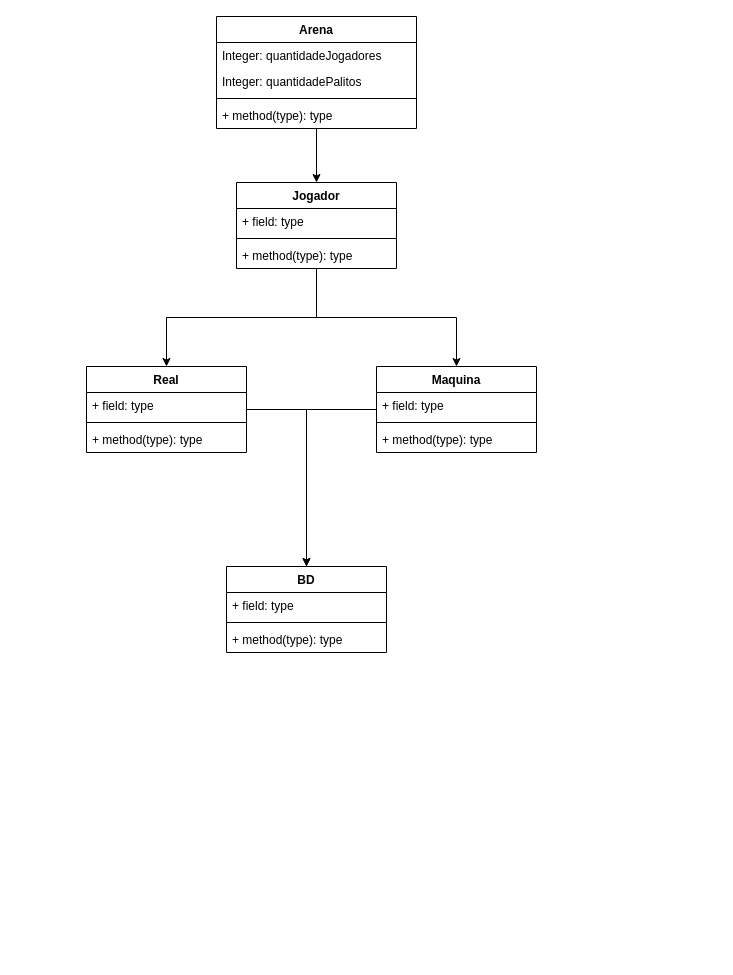
The draw.io diagram Untitled Diagram.drawio in lrochawl/cursoemvideo-html5, before the edit. Source tidied: cells renumbered, new cells numbered last; positions are measured from the earlier drawing's top-left corner, leaving out a move shared by most shapes. Both pictures are drawn from the tidied source at 100%, with x=0, y=0 at pixel (86, 16).
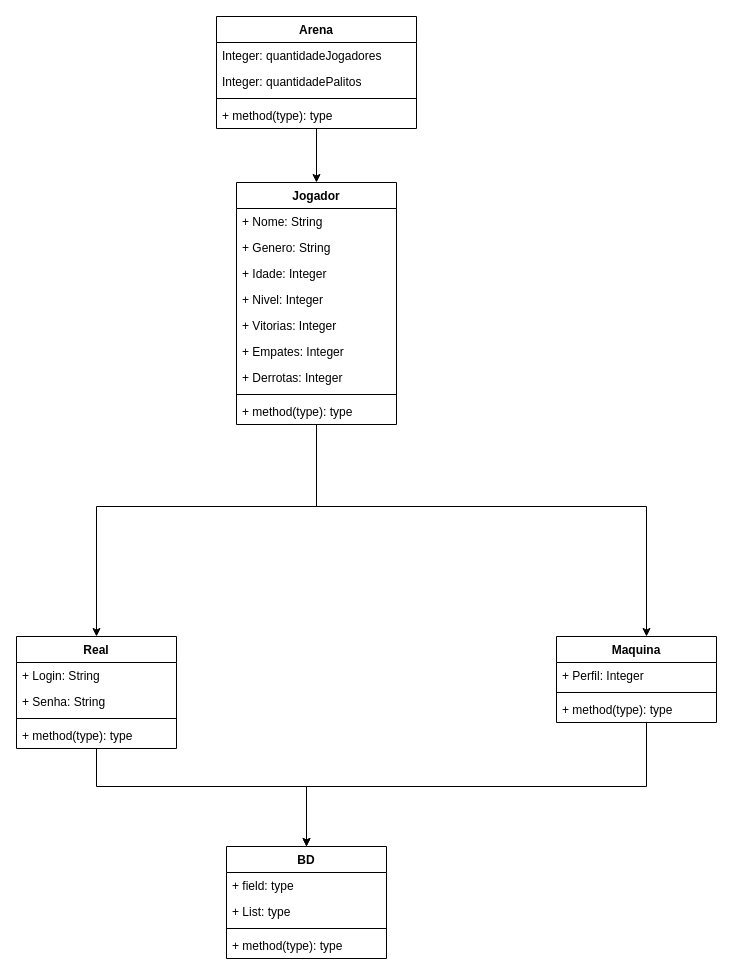
Above is the later version.

Commit message:
Diagrama UML jogo dos palitinhos

Diff of the diagram source:
```diff
@@
     <mxCell id="8" style="edgeStyle=orthogonalEdgeStyle;rounded=0;jettySize=auto;html=1;" parent="1" edge="1" source="10" target="15">
-      <mxGeometry relative="1" as="geometry" />
+      <mxGeometry relative="1" as="geometry">
+        <Array as="points">
+          <mxPoint x="230" y="490" />
+          <mxPoint x="10" y="490" />
+        </Array>
+      </mxGeometry>
     </mxCell>
     <mxCell id="9" style="edgeStyle=orthogonalEdgeStyle;rounded=0;jettySize=auto;html=1;" parent="1" edge="1" source="10" target="20">
-      <mxGeometry relative="1" as="geometry" />
+      <mxGeometry relative="1" as="geometry">
+        <Array as="points">
+          <mxPoint x="230" y="490" />
+          <mxPoint x="560" y="490" />
+        </Array>
+      </mxGeometry>
     </mxCell>
     <mxCell id="10" value="Jogador" style="swimlane;fontStyle=1;align=center;verticalAlign=top;horizontal=1;startSize=26;" parent="1" vertex="1">
-      <mxGeometry x="150" y="166" width="160" height="86" as="geometry" />
+      <mxGeometry x="150" y="166" width="160" height="242" as="geometry" />
     </mxCell>
-    <mxCell id="11" value="+ field: type" style="text;strokeColor=none;fillColor=none;align=left;verticalAlign=top;spacingLeft=4;spacingRight=4;overflow=hidden;" parent="10" vertex="1">
+    <mxCell id="11" value="+ Nome: String" style="text;strokeColor=none;fillColor=none;align=left;verticalAlign=top;spacingLeft=4;spacingRight=4;overflow=hidden;" parent="10" vertex="1">
       <mxGeometry y="26" width="160" height="26" as="geometry" />
     </mxCell>
+    <mxCell id="28" value="+ Genero: String" style="text;strokeColor=none;fillColor=none;align=left;verticalAlign=top;spacingLeft=4;spacingRight=4;overflow=hidden;" parent="10" vertex="1">
+      <mxGeometry y="52" width="160" height="26" as="geometry" />
+    </mxCell>
+    <mxCell id="29" value="+ Idade: Integer" style="text;strokeColor=none;fillColor=none;align=left;verticalAlign=top;spacingLeft=4;spacingRight=4;overflow=hidden;" parent="10" vertex="1">
+      <mxGeometry y="78" width="160" height="26" as="geometry" />
+    </mxCell>
+    <mxCell id="30" value="+ Nivel: Integer" style="text;strokeColor=none;fillColor=none;align=left;verticalAlign=top;spacingLeft=4;spacingRight=4;overflow=hidden;" parent="10" vertex="1">
+      <mxGeometry y="104" width="160" height="26" as="geometry" />
+    </mxCell>
+    <mxCell id="31" value="+ Vitorias: Integer" style="text;strokeColor=none;fillColor=none;align=left;verticalAlign=top;spacingLeft=4;spacingRight=4;overflow=hidden;" parent="10" vertex="1">
+      <mxGeometry y="130" width="160" height="26" as="geometry" />
+    </mxCell>
+    <mxCell id="32" value="+ Empates: Integer" style="text;strokeColor=none;fillColor=none;align=left;verticalAlign=top;spacingLeft=4;spacingRight=4;overflow=hidden;" parent="10" vertex="1">
+      <mxGeometry y="156" width="160" height="26" as="geometry" />
+    </mxCell>
+    <mxCell id="33" value="+ Derrotas: Integer" style="text;strokeColor=none;fillColor=none;align=left;verticalAlign=top;spacingLeft=4;spacingRight=4;overflow=hidden;" parent="10" vertex="1">
+      <mxGeometry y="182" width="160" height="26" as="geometry" />
+    </mxCell>
     <mxCell id="12" style="line;strokeWidth=1;fillColor=none;align=left;verticalAlign=middle;spacingTop=-1;spacingLeft=3;spacingRight=3;labelPosition=right;" parent="10" vertex="1">
-      <mxGeometry y="52" width="160" height="8" as="geometry" />
+      <mxGeometry y="208" width="160" height="8" as="geometry" />
     </mxCell>
     <mxCell id="13" value="+ method(type): type" style="text;strokeColor=none;fillColor=none;align=left;verticalAlign=top;spacingLeft=4;spacingRight=4;overflow=hidden;" parent="10" vertex="1">
-      <mxGeometry y="60" width="160" height="26" as="geometry" />
+      <mxGeometry y="216" width="160" height="26" as="geometry" />
     </mxCell>
     <mxCell id="14" style="edgeStyle=orthogonalEdgeStyle;rounded=0;jettySize=auto;html=1;entryX=0.5;entryY=0;entryDx=0;entryDy=0;" parent="1" edge="1" source="15" target="24">
       <mxGeometry relative="1" as="geometry">
         <Array as="points">
-          <mxPoint x="220" y="393" />
-          <mxPoint x="220" y="550" />
+          <mxPoint x="10" y="770" />
+          <mxPoint x="220" y="770" />
         </Array>
       </mxGeometry>
     </mxCell>
     <mxCell id="15" value="Real" style="swimlane;fontStyle=1;align=center;verticalAlign=top;horizontal=1;startSize=26;" parent="1" vertex="1">
-      <mxGeometry y="350" width="160" height="86" as="geometry" />
+      <mxGeometry x="-70" y="620" width="160" height="112" as="geometry" />
     </mxCell>
-    <mxCell id="16" value="+ field: type" style="text;strokeColor=none;fillColor=none;align=left;verticalAlign=top;spacingLeft=4;spacingRight=4;overflow=hidden;" parent="15" vertex="1">
+    <mxCell id="16" value="+ Login: String" style="text;strokeColor=none;fillColor=none;align=left;verticalAlign=top;spacingLeft=4;spacingRight=4;overflow=hidden;" parent="15" vertex="1">
       <mxGeometry y="26" width="160" height="26" as="geometry" />
     </mxCell>
+    <mxCell id="34" value="+ Senha: String" style="text;strokeColor=none;fillColor=none;align=left;verticalAlign=top;spacingLeft=4;spacingRight=4;overflow=hidden;" parent="15" vertex="1">
+      <mxGeometry y="52" width="160" height="26" as="geometry" />
+    </mxCell>
     <mxCell id="17" style="line;strokeWidth=1;fillColor=none;align=left;verticalAlign=middle;spacingTop=-1;spacingLeft=3;spacingRight=3;labelPosition=right;" parent="15" vertex="1">
-      <mxGeometry y="52" width="160" height="8" as="geometry" />
+      <mxGeometry y="78" width="160" height="8" as="geometry" />
     </mxCell>
     <mxCell id="18" value="+ method(type): type" style="text;strokeColor=none;fillColor=none;align=left;verticalAlign=top;spacingLeft=4;spacingRight=4;overflow=hidden;" parent="15" vertex="1">
-      <mxGeometry y="60" width="160" height="26" as="geometry" />
+      <mxGeometry y="86" width="160" height="26" as="geometry" />
     </mxCell>
     <mxCell id="19" style="edgeStyle=orthogonalEdgeStyle;rounded=0;jettySize=auto;html=1;" parent="1" edge="1" source="20" target="24">
       <mxGeometry relative="1" as="geometry">
         <Array as="points">
-          <mxPoint x="220" y="393" />
+          <mxPoint x="560" y="770" />
+          <mxPoint x="220" y="770" />
         </Array>
       </mxGeometry>
     </mxCell>
     <mxCell id="20" value="Maquina" style="swimlane;fontStyle=1;align=center;verticalAlign=top;horizontal=1;startSize=26;" parent="1" vertex="1">
-      <mxGeometry x="290" y="350" width="160" height="86" as="geometry" />
+      <mxGeometry x="470" y="620" width="160" height="86" as="geometry" />
     </mxCell>
-    <mxCell id="21" value="+ field: type" style="text;strokeColor=none;fillColor=none;align=left;verticalAlign=top;spacingLeft=4;spacingRight=4;overflow=hidden;" parent="20" vertex="1">
+    <mxCell id="21" value="+ Perfil: Integer" style="text;strokeColor=none;fillColor=none;align=left;verticalAlign=top;spacingLeft=4;spacingRight=4;overflow=hidden;" parent="20" vertex="1">
       <mxGeometry y="26" width="160" height="26" as="geometry" />
     </mxCell>
@@
     <mxCell id="24" value="BD" style="swimlane;fontStyle=1;align=center;verticalAlign=top;horizontal=1;startSize=26;" parent="1" vertex="1">
-      <mxGeometry x="140" y="550" width="160" height="86" as="geometry" />
+      <mxGeometry x="140" y="830" width="160" height="112" as="geometry" />
     </mxCell>
@@
+    <mxCell id="35" value="+ List: type" style="text;strokeColor=none;fillColor=none;align=left;verticalAlign=top;spacingLeft=4;spacingRight=4;overflow=hidden;" parent="24" vertex="1">
+      <mxGeometry y="52" width="160" height="26" as="geometry" />
+    </mxCell>
     <mxCell id="26" style="line;strokeWidth=1;fillColor=none;align=left;verticalAlign=middle;spacingTop=-1;spacingLeft=3;spacingRight=3;labelPosition=right;" parent="24" vertex="1">
-      <mxGeometry y="52" width="160" height="8" as="geometry" />
+      <mxGeometry y="78" width="160" height="8" as="geometry" />
     </mxCell>
     <mxCell id="27" value="+ method(type): type" style="text;strokeColor=none;fillColor=none;align=left;verticalAlign=top;spacingLeft=4;spacingRight=4;overflow=hidden;" parent="24" vertex="1">
-      <mxGeometry y="60" width="160" height="26" as="geometry" />
+      <mxGeometry y="86" width="160" height="26" as="geometry" />
     </mxCell>
```
